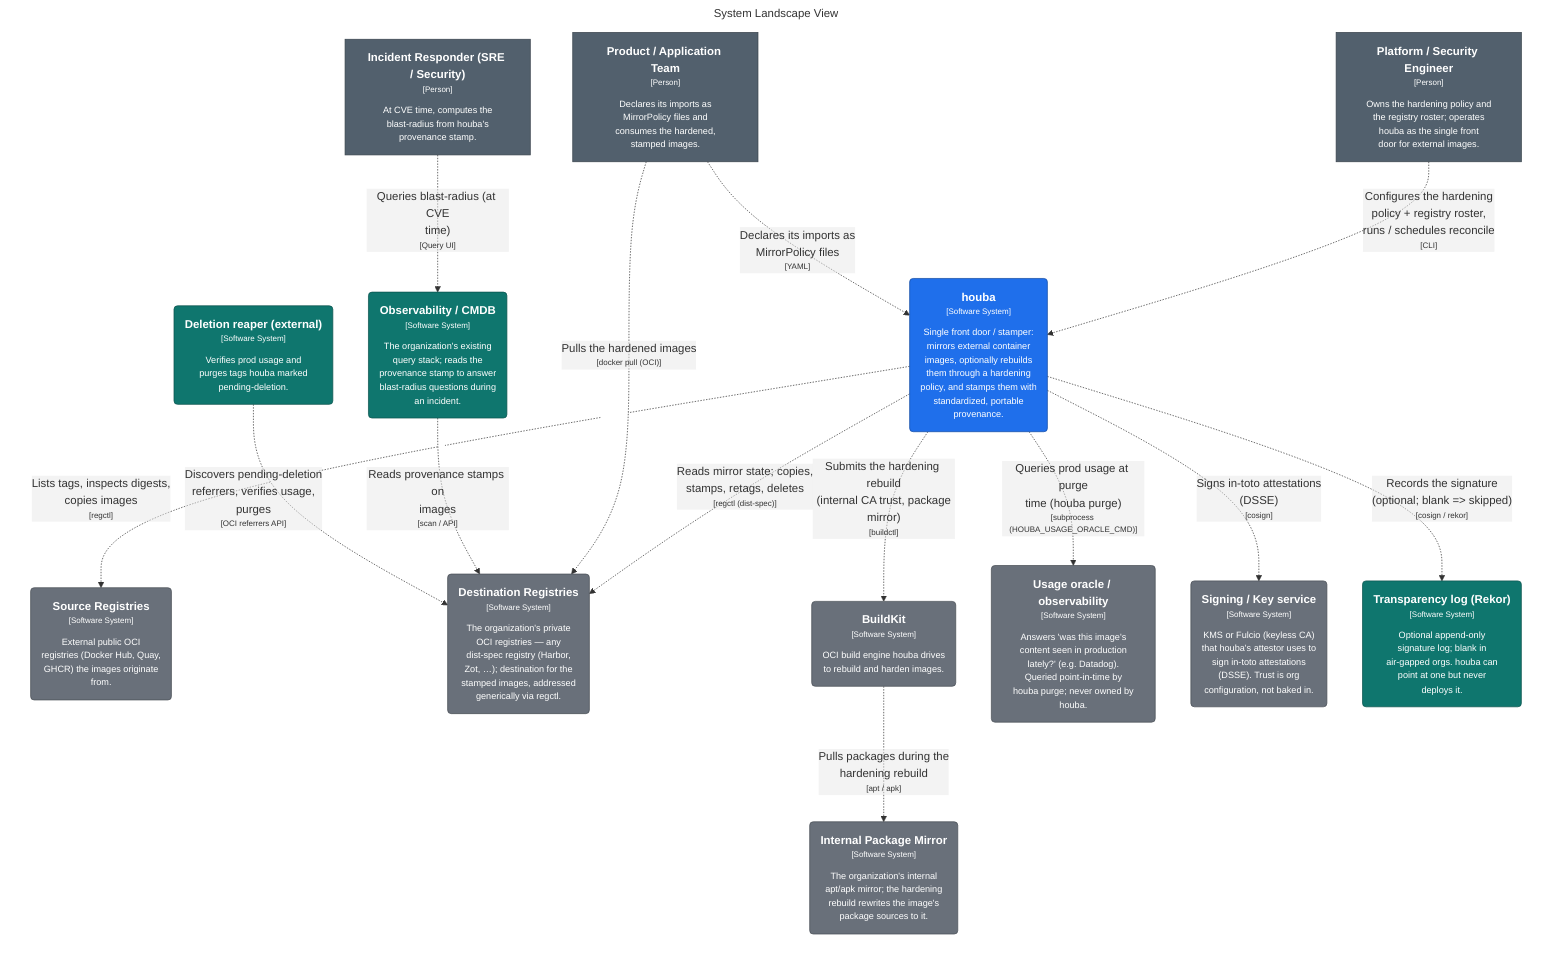
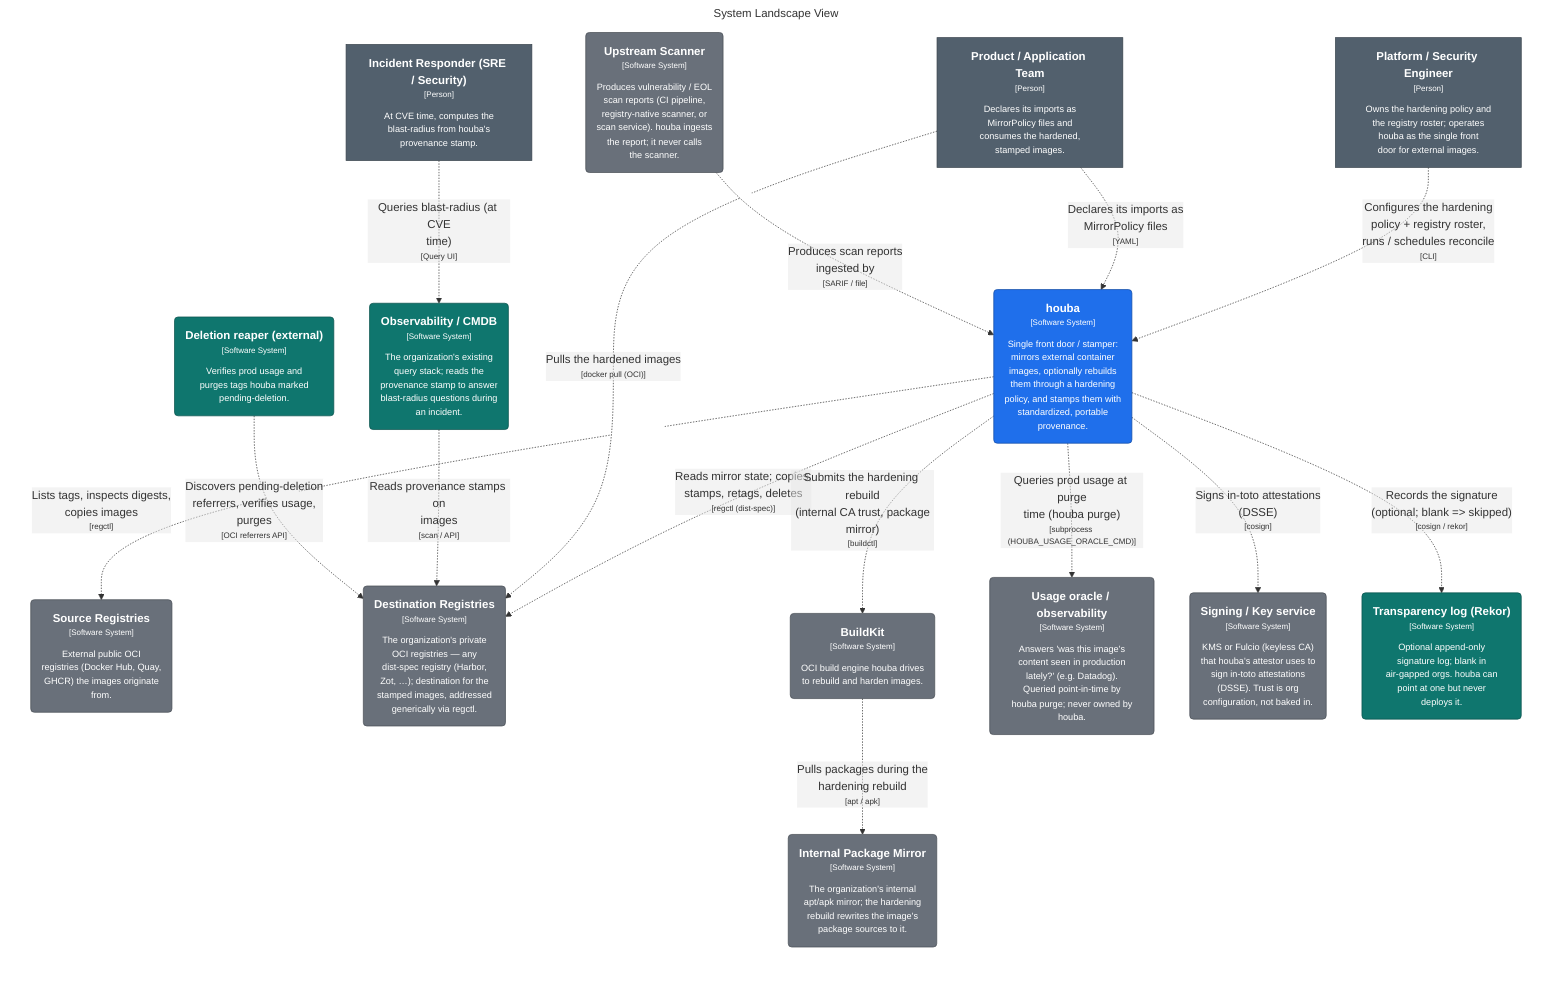
graph LR
  linkStyle default fill:#ffffff

  subgraph diagram ["System Landscape View"]
    style diagram fill:#ffffff,stroke:#ffffff

    1["<div style='font-weight: bold'>Platform / Security Engineer</div><div style='font-size: 70%; margin-top: 0px'>[Person]</div><div style='font-size: 80%; margin-top:10px'>Owns the hardening policy and<br />the registry roster; operates<br />houba as the single front<br />door for external images.</div>"]
    style 1 fill:#52606d,stroke:#39434c,color:#ffffff
    2["<div style='font-weight: bold'>Product / Application Team</div><div style='font-size: 70%; margin-top: 0px'>[Person]</div><div style='font-size: 80%; margin-top:10px'>Declares its imports as<br />MirrorPolicy files and<br />consumes the hardened,<br />stamped images.</div>"]
    style 2 fill:#52606d,stroke:#39434c,color:#ffffff
    3["<div style='font-weight: bold'>Incident Responder (SRE / Security)</div><div style='font-size: 70%; margin-top: 0px'>[Person]</div><div style='font-size: 80%; margin-top:10px'>At CVE time, computes the<br />blast-radius from houba's<br />provenance stamp.</div>"]
    style 3 fill:#52606d,stroke:#39434c,color:#ffffff
    38("<div style='font-weight: bold'>Source Registries</div><div style='font-size: 70%; margin-top: 0px'>[Software System]</div><div style='font-size: 80%; margin-top:10px'>External public OCI<br />registries (Docker Hub, Quay,<br />GHCR) the images originate<br />from.</div>")
    style 38 fill:#69707a,stroke:#494e55,color:#ffffff
    39("<div style='font-weight: bold'>Destination Registries</div><div style='font-size: 70%; margin-top: 0px'>[Software System]</div><div style='font-size: 80%; margin-top:10px'>The organization's private<br />OCI registries — any<br />dist-spec registry (Harbor,<br />Zot, …); destination for the<br />stamped images, addressed<br />generically via regctl.</div>")
    style 39 fill:#69707a,stroke:#494e55,color:#ffffff
    4("<div style='font-weight: bold'>houba</div><div style='font-size: 70%; margin-top: 0px'>[Software System]</div><div style='font-size: 80%; margin-top:10px'>Single front door / stamper:<br />mirrors external container<br />images, optionally rebuilds<br />them through a hardening<br />policy, and stamps them with<br />standardized, portable<br />provenance.</div>")
    style 4 fill:#1f6feb,stroke:#154da4,color:#ffffff
    40("<div style='font-weight: bold'>BuildKit</div><div style='font-size: 70%; margin-top: 0px'>[Software System]</div><div style='font-size: 80%; margin-top:10px'>OCI build engine houba drives<br />to rebuild and harden images.</div>")
    style 40 fill:#69707a,stroke:#494e55,color:#ffffff
    41("<div style='font-weight: bold'>Internal Package Mirror</div><div style='font-size: 70%; margin-top: 0px'>[Software System]</div><div style='font-size: 80%; margin-top:10px'>The organization's internal<br />apt/apk mirror; the hardening<br />rebuild rewrites the image's<br />package sources to it.</div>")
    style 41 fill:#69707a,stroke:#494e55,color:#ffffff
    42("<div style='font-weight: bold'>Observability / CMDB</div><div style='font-size: 70%; margin-top: 0px'>[Software System]</div><div style='font-size: 80%; margin-top:10px'>The organization's existing<br />query stack; reads the<br />provenance stamp to answer<br />blast-radius questions during<br />an incident.</div>")
    style 42 fill:#0f766e,stroke:#0a524d,color:#ffffff
    43("<div style='font-weight: bold'>Deletion reaper (external)</div><div style='font-size: 70%; margin-top: 0px'>[Software System]</div><div style='font-size: 80%; margin-top:10px'>Verifies prod usage and<br />purges tags houba marked<br />pending-deletion.</div>")
    style 43 fill:#0f766e,stroke:#0a524d,color:#ffffff
    44("<div style='font-weight: bold'>Usage oracle / observability</div><div style='font-size: 70%; margin-top: 0px'>[Software System]</div><div style='font-size: 80%; margin-top:10px'>Answers 'was this image's<br />content seen in production<br />lately?' (e.g. Datadog).<br />Queried point-in-time by<br />houba purge; never owned by<br />houba.</div>")
    style 44 fill:#69707a,stroke:#494e55,color:#ffffff
    45("<div style='font-weight: bold'>Signing / Key service</div><div style='font-size: 70%; margin-top: 0px'>[Software System]</div><div style='font-size: 80%; margin-top:10px'>KMS or Fulcio (keyless CA)<br />that houba's attestor uses to<br />sign in-toto attestations<br />(DSSE). Trust is org<br />configuration, not baked in.</div>")
    style 45 fill:#69707a,stroke:#494e55,color:#ffffff
    46("<div style='font-weight: bold'>Transparency log (Rekor)</div><div style='font-size: 70%; margin-top: 0px'>[Software System]</div><div style='font-size: 80%; margin-top:10px'>Optional append-only<br />signature log; blank in<br />air-gapped orgs. houba can<br />point at one but never<br />deploys it.</div>")
    style 46 fill:#0f766e,stroke:#0a524d,color:#ffffff
+     47("<div style='font-weight: bold'>Upstream Scanner</div><div style='font-size: 70%; margin-top: 0px'>[Software System]</div><div style='font-size: 80%; margin-top:10px'>Produces vulnerability / EOL<br />scan reports (CI pipeline,<br />registry-native scanner, or<br />scan service). houba ingests<br />the report; it never calls<br />the scanner.</div>")
+     style 47 fill:#69707a,stroke:#494e55,color:#ffffff

    1-. "<div>Configures the hardening<br />policy + registry roster,<br />runs / schedules reconcile</div><div style='font-size: 70%'>[CLI]</div>" .->4
    2-. "<div>Declares its imports as<br />MirrorPolicy files</div><div style='font-size: 70%'>[YAML]</div>" .->4
    4-. "<div>Lists tags, inspects digests,<br />copies images</div><div style='font-size: 70%'>[regctl]</div>" .->38
    4-. "<div>Reads mirror state; copies,<br />stamps, retags, deletes</div><div style='font-size: 70%'>[regctl (dist-spec)]</div>" .->39
    4-. "<div>Submits the hardening rebuild<br />(internal CA trust, package<br />mirror)</div><div style='font-size: 70%'>[buildctl]</div>" .->40
    40-. "<div>Pulls packages during the<br />hardening rebuild</div><div style='font-size: 70%'>[apt / apk]</div>" .->41
    2-. "<div>Pulls the hardened images</div><div style='font-size: 70%'>[docker pull (OCI)]</div>" .->39
    42-. "<div>Reads provenance stamps on<br />images</div><div style='font-size: 70%'>[scan / API]</div>" .->39
    3-. "<div>Queries blast-radius (at CVE<br />time)</div><div style='font-size: 70%'>[Query UI]</div>" .->42
    43-. "<div>Discovers pending-deletion<br />referrers, verifies usage,<br />purges</div><div style='font-size: 70%'>[OCI referrers API]</div>" .->39
    4-. "<div>Queries prod usage at purge<br />time (houba purge)</div><div style='font-size: 70%'>[subprocess (HOUBA_USAGE_ORACLE_CMD)]</div>" .->44
    4-. "<div>Signs in-toto attestations<br />(DSSE)</div><div style='font-size: 70%'>[cosign]</div>" .->45
    4-. "<div>Records the signature<br />(optional; blank => skipped)</div><div style='font-size: 70%'>[cosign / rekor]</div>" .->46
+     47-. "<div>Produces scan reports<br />ingested by</div><div style='font-size: 70%'>[SARIF / file]</div>" .->4

  end